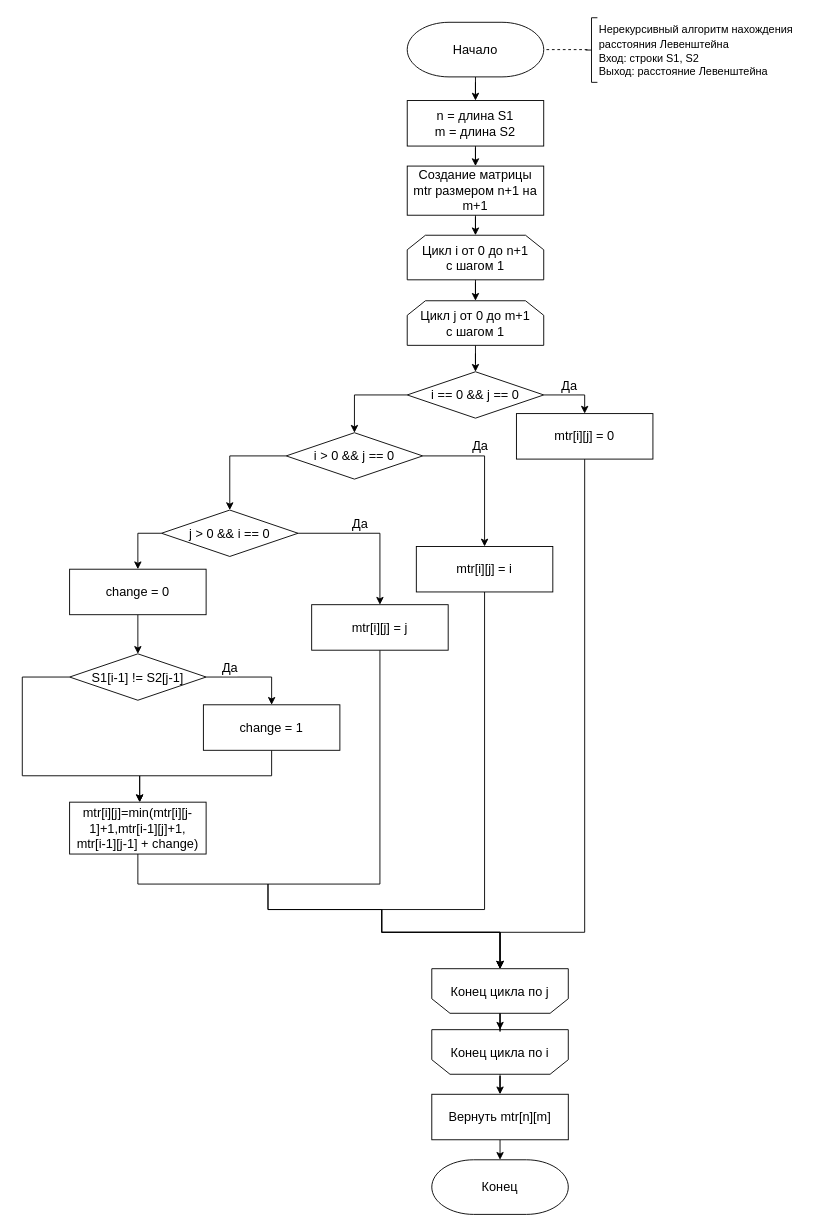
The draw.io diagram page "Л. нерекурсивная" (1 of 5) of lab_01/docs/img/algoritms.drawio in Ananasiika/bmstu-aa, before the edit. Source tidied: cells renumbered, new cells numbered last; positions are measured from the earlier drawing's top-left corner, leaving out a move shared by most shapes. Both pictures are drawn from the tidied source at 91%, with x=0, y=0 at pixel (22, 15).
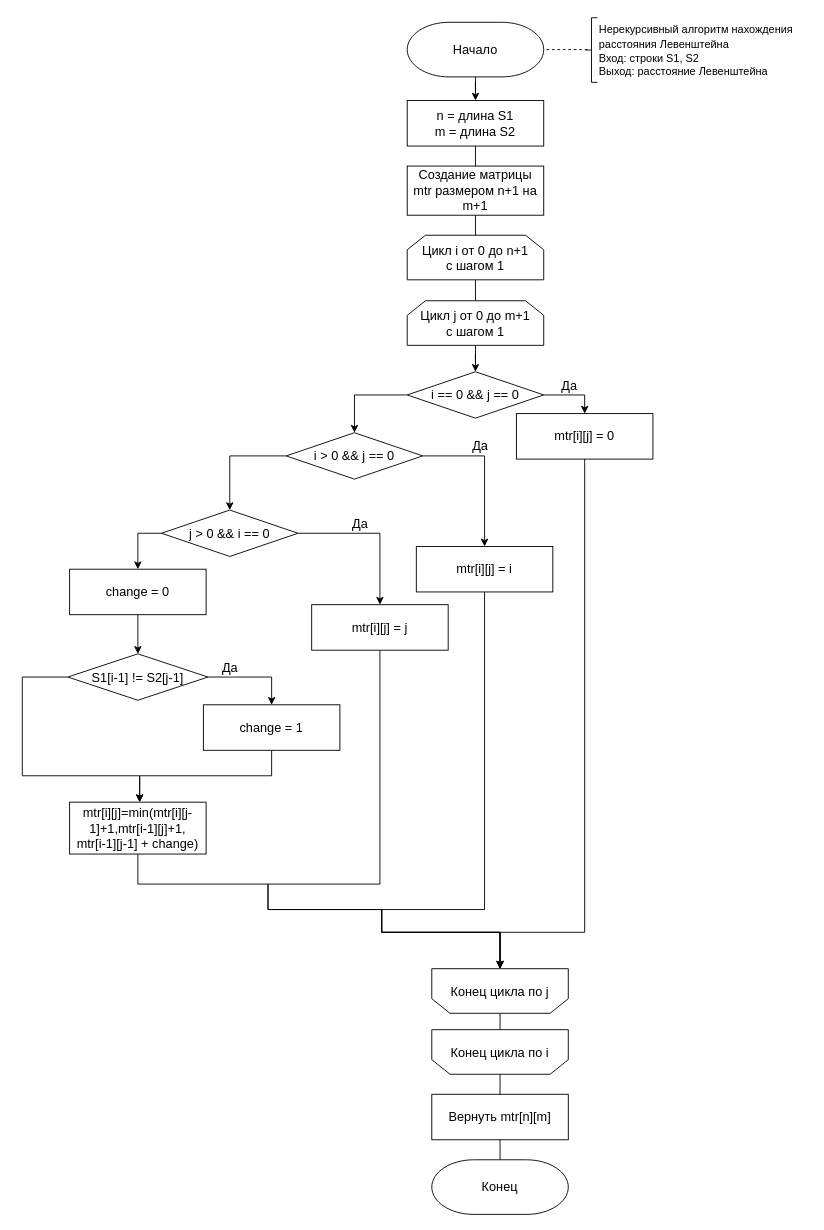
The same page after the edit.

The change refers to these unchanged cells:
```xml
<mxCell id="5" value="&lt;font style=&quot;font-size: 14px;&quot;&gt;n = длина S1&lt;br&gt;m = длина S2&lt;/font&gt;" style="rounded=0;whiteSpace=wrap;html=1;absoluteArcSize=1;arcSize=14;strokeWidth=1;" parent="1" vertex="1">
  <mxGeometry x="423" y="93" width="150" height="50" as="geometry" />
</mxCell>
<mxCell id="7" value="&lt;font style=&quot;font-size: 14px;&quot;&gt;Cоздание матрицы mtr размером n+1 на m+1&lt;/font&gt;" style="rounded=0;whiteSpace=wrap;html=1;absoluteArcSize=1;arcSize=14;strokeWidth=1;" parent="1" vertex="1">
  <mxGeometry x="423" y="165" width="150" height="54" as="geometry" />
</mxCell>
<mxCell id="36" value="&lt;font style=&quot;font-size: 14px;&quot;&gt;Вернуть mtr[n][m]&lt;/font&gt;" style="rounded=0;whiteSpace=wrap;html=1;absoluteArcSize=1;arcSize=14;strokeWidth=1;" parent="1" vertex="1">
  <mxGeometry x="450" y="1185" width="150" height="50" as="geometry" />
</mxCell>
<mxCell id="37" value="&lt;font style=&quot;font-size: 14px;&quot;&gt;Конец&lt;/font&gt;" style="strokeWidth=1;html=1;shape=mxgraph.flowchart.terminator;whiteSpace=wrap;" parent="1" vertex="1">
  <mxGeometry x="450" y="1257" width="150" height="60" as="geometry" />
</mxCell>
<mxCell id="39" value="&lt;font style=&quot;font-size: 14px;&quot;&gt;Цикл i от 0 до n+1&lt;br&gt;с шагом 1&lt;/font&gt;" style="shape=loopLimit;whiteSpace=wrap;html=1;" parent="1" vertex="1">
  <mxGeometry x="423" y="241" width="150" height="49" as="geometry" />
</mxCell>
<mxCell id="41" value="&lt;font style=&quot;font-size: 14px;&quot;&gt;Цикл j от 0 до m+1&lt;br&gt;c шагом 1&lt;/font&gt;" style="shape=loopLimit;whiteSpace=wrap;html=1;" parent="1" vertex="1">
  <mxGeometry x="423" y="313" width="150" height="49" as="geometry" />
</mxCell>
<mxCell id="43" value="&lt;span style=&quot;font-size: 14px;&quot;&gt;Конец цикла по i&lt;/span&gt;" style="shape=loopLimit;whiteSpace=wrap;html=1;flipV=1;" parent="1" vertex="1">
  <mxGeometry x="450" y="1114" width="150" height="49" as="geometry" />
</mxCell>
<mxCell id="45" value="&lt;span style=&quot;font-size: 14px;&quot;&gt;Конец цикла по j&lt;/span&gt;" style="shape=loopLimit;whiteSpace=wrap;html=1;flipV=1;" parent="1" vertex="1">
  <mxGeometry x="450" y="1047" width="150" height="49" as="geometry" />
</mxCell>
```

The edit, as a diff of the source:
```diff
@@
-    <mxCell id="4" style="edgeStyle=orthogonalEdgeStyle;rounded=0;jettySize=auto;html=1;exitX=0.5;exitY=1;exitDx=0;exitDy=0;" parent="1" edge="1" source="5" target="7">
-      <mxGeometry relative="1" as="geometry" />
-    </mxCell>
@@
-    <mxCell id="6" style="edgeStyle=orthogonalEdgeStyle;rounded=0;jettySize=auto;html=1;exitX=0.5;exitY=1;exitDx=0;exitDy=0;fontSize=11;endArrow=classic;endFill=1;" parent="1" edge="1" source="7" target="39">
-      <mxGeometry relative="1" as="geometry" />
-    </mxCell>
@@
     <mxCell id="30" value="&lt;font style=&quot;font-size: 14px;&quot;&gt;S1[i-1] != S2[j-1]&lt;/font&gt;" style="strokeWidth=1;html=1;shape=mxgraph.flowchart.decision;whiteSpace=wrap;rounded=0;fontSize=11;" parent="1" vertex="1">
-      <mxGeometry x="52" y="701" width="150" height="51" as="geometry" />
+      <mxGeometry x="50" y="701" width="154" height="51" as="geometry" />
     </mxCell>
@@
-    <mxCell id="35" style="edgeStyle=orthogonalEdgeStyle;rounded=0;jettySize=auto;html=1;exitX=0.5;exitY=1;exitDx=0;exitDy=0;entryX=0.5;entryY=0;entryDx=0;entryDy=0;entryPerimeter=0;fontSize=16;endArrow=classic;endFill=1;" parent="1" edge="1" source="36" target="37">
-      <mxGeometry relative="1" as="geometry" />
-    </mxCell>
@@
-    <mxCell id="38" style="edgeStyle=orthogonalEdgeStyle;rounded=0;jettySize=auto;html=1;" parent="1" edge="1" source="39" target="41">
-      <mxGeometry relative="1" as="geometry" />
-    </mxCell>
@@
-    <mxCell id="42" style="edgeStyle=orthogonalEdgeStyle;rounded=0;jettySize=auto;html=1;exitX=0.5;exitY=1;exitDx=0;exitDy=0;" parent="1" edge="1" source="43" target="36">
-      <mxGeometry relative="1" as="geometry" />
-    </mxCell>
@@
-    <mxCell id="44" style="edgeStyle=orthogonalEdgeStyle;rounded=0;jettySize=auto;html=1;" parent="1" edge="1" source="45" target="43">
-      <mxGeometry relative="1" as="geometry" />
-    </mxCell>
@@
+    <mxCell id="50" style="endArrow=none;html=1;rounded=0;entryX=0.5;entryY=1;entryDx=0;entryDy=0;exitX=0.5;exitY=0;exitDx=0;exitDy=0;" parent="1" edge="1" source="7" target="5">
+      <mxGeometry relative="1" as="geometry" />
+    </mxCell>
+    <mxCell id="51" style="endArrow=none;html=1;rounded=0;entryX=0.5;entryY=1;entryDx=0;entryDy=0;" parent="1" edge="1" source="39" target="7">
+      <mxGeometry relative="1" as="geometry" />
+    </mxCell>
+    <mxCell id="52" style="endArrow=none;html=1;rounded=0;entryX=0.5;entryY=1;entryDx=0;entryDy=0;exitX=0.5;exitY=0;exitDx=0;exitDy=0;" parent="1" edge="1" source="41" target="39">
+      <mxGeometry relative="1" as="geometry" />
+    </mxCell>
+    <mxCell id="53" style="endArrow=none;html=1;rounded=0;entryX=0.5;entryY=1;entryDx=0;entryDy=0;" parent="1" edge="1" source="43" target="45">
+      <mxGeometry relative="1" as="geometry" />
+    </mxCell>
+    <mxCell id="54" style="endArrow=none;html=1;rounded=0;entryX=0.5;entryY=1;entryDx=0;entryDy=0;" parent="1" edge="1" source="36" target="43">
+      <mxGeometry relative="1" as="geometry" />
+    </mxCell>
+    <mxCell id="55" style="endArrow=none;html=1;rounded=0;entryX=0.5;entryY=1;entryDx=0;entryDy=0;" parent="1" edge="1" source="37" target="36">
+      <mxGeometry relative="1" as="geometry" />
+    </mxCell>
```
